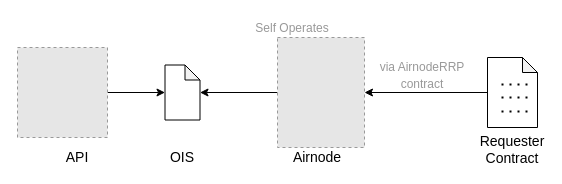
Above: docs/airnode/v0.6/assets/diagrams/api-integration-ois.drawio in api3dao/old-api3-docs (draw.io), before the change. Source tidied: cells renumbered, new cells numbered last; positions are measured from the earlier drawing's top-left corner, leaving out a move shared by most shapes. Both pictures are drawn from the tidied source at 100%, with x=0, y=0 at pixel (17, 17). Pictures stored in the file or linked from it are replaced by grey dashed boxes.
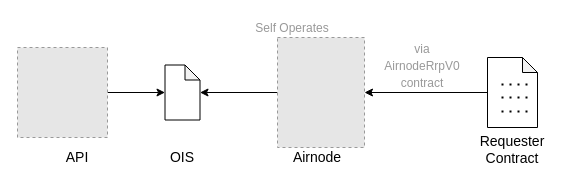
The same page after the edit.

The edit, as a diff of the source:
```diff
@@
-    <mxCell id="14" value="&lt;font style=&quot;font-size: 12px&quot;&gt;via AirnodeRRP contract&lt;/font&gt;" style="text;html=1;strokeColor=none;fillColor=none;align=center;verticalAlign=middle;whiteSpace=wrap;rounded=0;fontSize=14;fontColor=#999999;" parent="1" vertex="1">
-      <mxGeometry x="360" y="47" width="90" height="20" as="geometry" />
+    <mxCell id="14" value="&lt;font style=&quot;font-size: 12px&quot;&gt;via AirnodeRrpV0 contract&lt;/font&gt;" style="text;html=1;strokeColor=none;fillColor=none;align=center;verticalAlign=middle;whiteSpace=wrap;rounded=0;fontSize=14;fontColor=#999999;" parent="1" vertex="1">
+      <mxGeometry x="360" y="38" width="90" height="20" as="geometry" />
     </mxCell>
```
